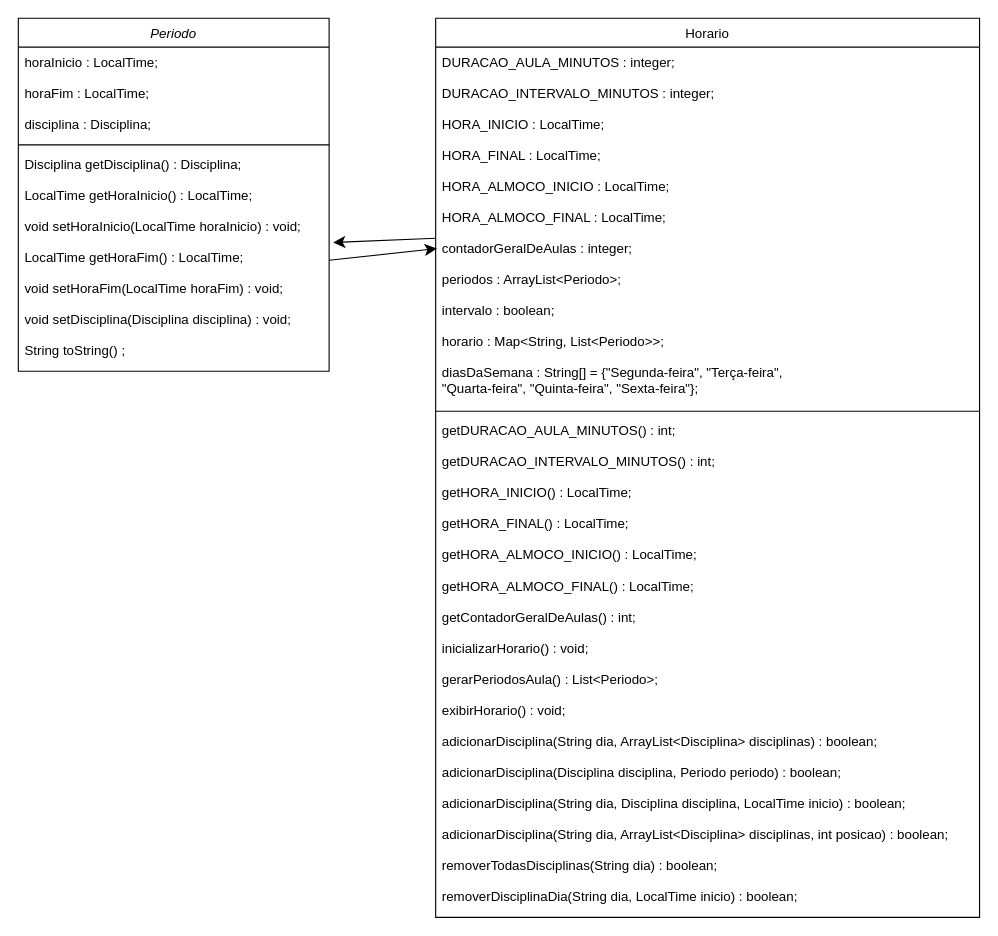
This is UMLS/Horario - Kauan.drawio from Gotoxico/EscolaPOO2, a draw.io file, before an edit. Source tidied: cells renumbered, new cells numbered last; positions are measured from the earlier drawing's top-left corner, leaving out a move shared by most shapes. Both pictures are drawn from the tidied source at 111%, with x=0, y=0 at pixel (18, 18).
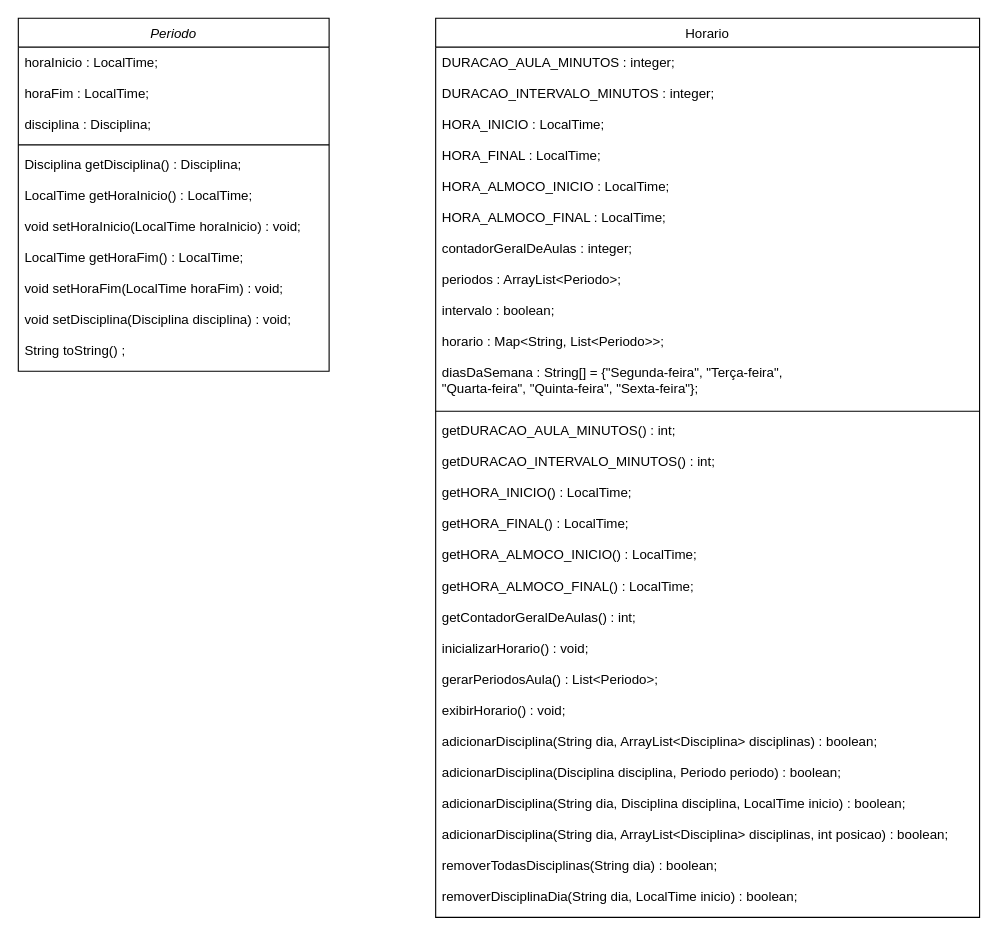
After the change.

Commit message:
Update UML Horario

Diff of the diagram source:
```diff
@@
 <mxGraphModel>
   <root>
     <mxCell id="0" />
     <mxCell id="1" parent="0" />
     <mxCell id="2" value="Periodo" style="swimlane;fontStyle=2;align=center;verticalAlign=top;horizontal=1;startSize=26;rounded=0;shadow=0;strokeWidth=1;" parent="1" vertex="1">
       <mxGeometry width="280" height="318" as="geometry" />
     </mxCell>
     <mxCell id="3" value="horaInicio : LocalTime;&#10;&#10;horaFim : LocalTime;&#10;&#10;disciplina : Disciplina;&#10;" style="text;align=left;verticalAlign=top;spacingLeft=4;spacingRight=4;overflow=hidden;" parent="2" vertex="1">
       <mxGeometry y="26" width="280" height="84" as="geometry" />
     </mxCell>
     <mxCell id="4" style="line;html=1;strokeWidth=1;align=left;verticalAlign=middle;spacingTop=-1;spacingLeft=3;spacingRight=3;labelPosition=right;" parent="2" vertex="1">
       <mxGeometry y="110" width="280" height="8" as="geometry" />
     </mxCell>
     <mxCell id="5" value="Disciplina getDisciplina() : Disciplina;&#10;&#10;LocalTime getHoraInicio() : LocalTime;&#10;&#10;void setHoraInicio(LocalTime horaInicio) : void;&#10;&#10;LocalTime getHoraFim() : LocalTime;&#10;&#10;void setHoraFim(LocalTime horaFim) : void;&#10;&#10;void setDisciplina(Disciplina disciplina) : void;&#10;&#10;String toString() ;&#10;" style="text;align=left;verticalAlign=top;spacingLeft=4;spacingRight=4;overflow=hidden;points=[[0,0.5],[1,0.5]];portConstraint=eastwest;" parent="2" vertex="1">
       <mxGeometry y="118" width="280" height="200" as="geometry" />
     </mxCell>
     <mxCell id="6" value="Horario" style="swimlane;fontStyle=0;align=center;verticalAlign=top;horizontal=1;startSize=26;rounded=0;shadow=0;strokeWidth=1;" parent="1" vertex="1">
       <mxGeometry x="376" width="490" height="810" as="geometry" />
     </mxCell>
     <mxCell id="7" value="DURACAO_AULA_MINUTOS : integer;&#10;&#10;DURACAO_INTERVALO_MINUTOS : integer;&#10;&#10;HORA_INICIO : LocalTime;&#10;&#10;HORA_FINAL : LocalTime;&#10;&#10;HORA_ALMOCO_INICIO : LocalTime;&#10;&#10;HORA_ALMOCO_FINAL : LocalTime;&#10;&#10;contadorGeralDeAulas : integer;&#10;&#10;periodos : ArrayList&lt;Periodo&gt;;&#10;&#10;intervalo : boolean;&#10;&#10;horario : Map&lt;String, List&lt;Periodo&gt;&gt;;&#10;&#10;diasDaSemana : String[] = {&quot;Segunda-feira&quot;, &quot;Terça-feira&quot;, &#10;&quot;Quarta-feira&quot;, &quot;Quinta-feira&quot;, &quot;Sexta-feira&quot;};" style="text;align=left;verticalAlign=top;spacingLeft=4;spacingRight=4;overflow=hidden;points=[[0,0.5],[1,0.5]];portConstraint=eastwest;" parent="6" vertex="1">
       <mxGeometry y="26" width="490" height="324" as="geometry" />
     </mxCell>
     <mxCell id="8" style="line;html=1;strokeWidth=1;align=left;verticalAlign=middle;spacingTop=-1;spacingLeft=3;spacingRight=3;labelPosition=right;" parent="6" vertex="1">
       <mxGeometry y="350" width="490" height="8" as="geometry" />
     </mxCell>
     <mxCell id="9" value="getDURACAO_AULA_MINUTOS() : int;&#10;&#10;getDURACAO_INTERVALO_MINUTOS() : int;&#10;&#10;getHORA_INICIO() : LocalTime;&#10;&#10;getHORA_FINAL() : LocalTime;&#10;&#10;getHORA_ALMOCO_INICIO() : LocalTime;&#10;&#10;getHORA_ALMOCO_FINAL() : LocalTime;&#10;&#10;getContadorGeralDeAulas() : int;&#10;&#10;inicializarHorario() : void;&#10;&#10;gerarPeriodosAula() : List&lt;Periodo&gt;;&#10;&#10;exibirHorario() : void;&#10;&#10;adicionarDisciplina(String dia, ArrayList&lt;Disciplina&gt; disciplinas) : boolean;&#10;&#10;adicionarDisciplina(Disciplina disciplina, Periodo periodo) : boolean;&#10;&#10;adicionarDisciplina(String dia, Disciplina disciplina, LocalTime inicio) : boolean;&#10;&#10;adicionarDisciplina(String dia, ArrayList&lt;Disciplina&gt; disciplinas, int posicao) : boolean;&#10;&#10;removerTodasDisciplinas(String dia) : boolean;&#10;&#10;removerDisciplinaDia(String dia, LocalTime inicio) : boolean;&#10;&#10;&#10;&#10;&#10;&#10;&#10;" style="text;align=left;verticalAlign=top;spacingLeft=4;spacingRight=4;overflow=hidden;" parent="6" vertex="1">
       <mxGeometry y="358" width="490" height="452" as="geometry" />
     </mxCell>
-    <mxCell id="10" style="edgeStyle=none;curved=1;rounded=0;jettySize=auto;html=1;entryX=1.013;entryY=0.42;entryDx=0;entryDy=0;entryPerimeter=0;fontSize=12;startSize=8;endSize=8;" parent="1" edge="1" source="7" target="5">
-      <mxGeometry relative="1" as="geometry" />
-    </mxCell>
-    <mxCell id="11" style="edgeStyle=none;curved=1;rounded=0;jettySize=auto;html=1;exitX=1;exitY=0.5;exitDx=0;exitDy=0;entryX=0.002;entryY=0.56;entryDx=0;entryDy=0;entryPerimeter=0;fontSize=12;startSize=8;endSize=8;" parent="1" edge="1" source="5" target="7">
-      <mxGeometry relative="1" as="geometry" />
-    </mxCell>
   </root>
 </mxGraphModel>
```
